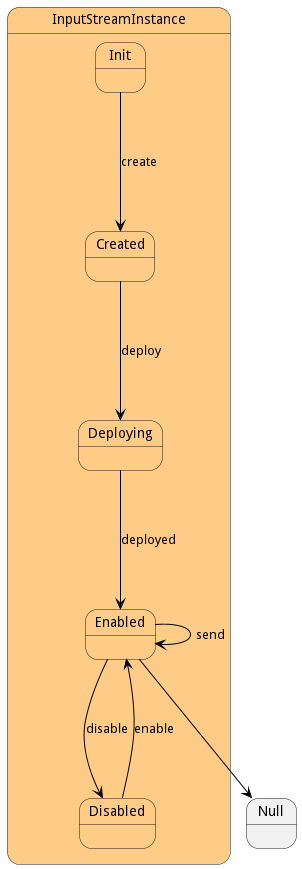
Before: docs/sabr/diml/dsm/models/inputstreaminstance/statenet.png, a diagram exported from PlantUML (madajaju/sabr). Its diagram source:
```plantuml
@startuml



state InputStreamInstance #ffcc88 {

    state Init #ffcc88 {
    }

    state Created #ffcc88 {
    }

    state Deploying #ffcc88 {
    }

    state Enabled #ffcc88 {
    }

    state Disabled #ffcc88 {
    }




Init -[#black]--> Created : create

Created -[#black]--> Deploying : deploy

Deploying -[#black]--> Enabled : deployed

Enabled -[#black]--> Disabled : disable

Enabled -[#black]--> Enabled : send

Disabled -[#black]--> Enabled : enable

}


 Enabled -[#black]--> Null


@enduml
```
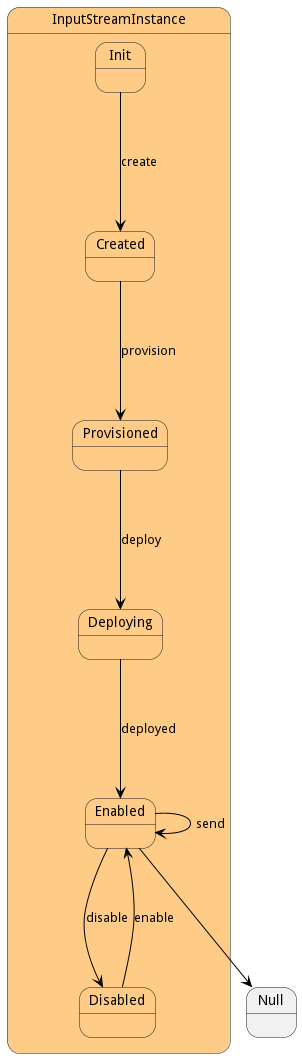
After the commit.

Change to the diagram source:
```diff
@@ -8,6 +8,9 @@
     }
 
     state Created #ffcc88 {
+    }
+
+    state Provisioned #ffcc88 {
     }
 
     state Deploying #ffcc88 {
@@ -24,7 +27,9 @@
 
 Init -[#black]--> Created : create
 
-Created -[#black]--> Deploying : deploy
+Created -[#black]--> Provisioned : provision
+
+Provisioned -[#black]--> Deploying : deploy
 
 Deploying -[#black]--> Enabled : deployed
 
```
